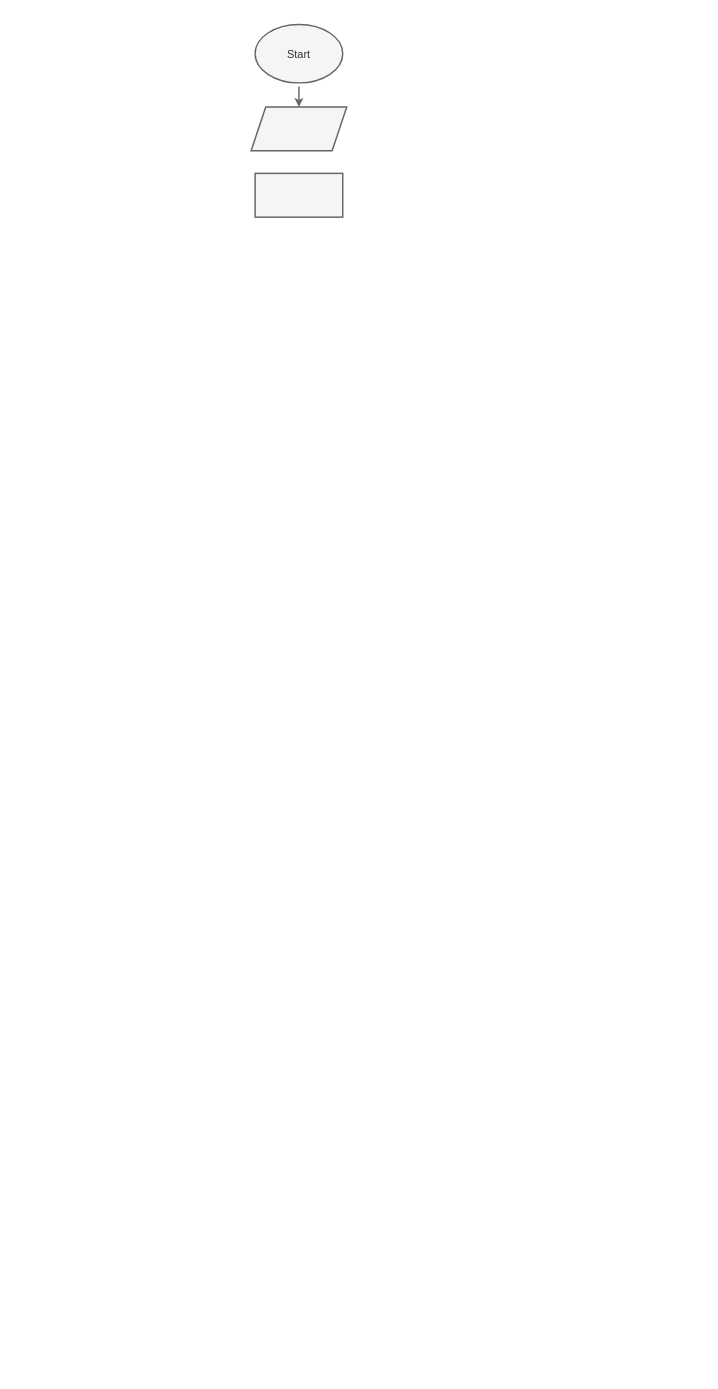
Earlier version of the draw.io diagram ДЗ№2.drawio (RuWebMan/My-diagram). Source tidied: cells renumbered, new cells numbered last; positions are measured from the earlier drawing's top-left corner, leaving out a move shared by most shapes. Both pictures are drawn from the tidied source at 73%, with x=0, y=0 at pixel (250, 24).
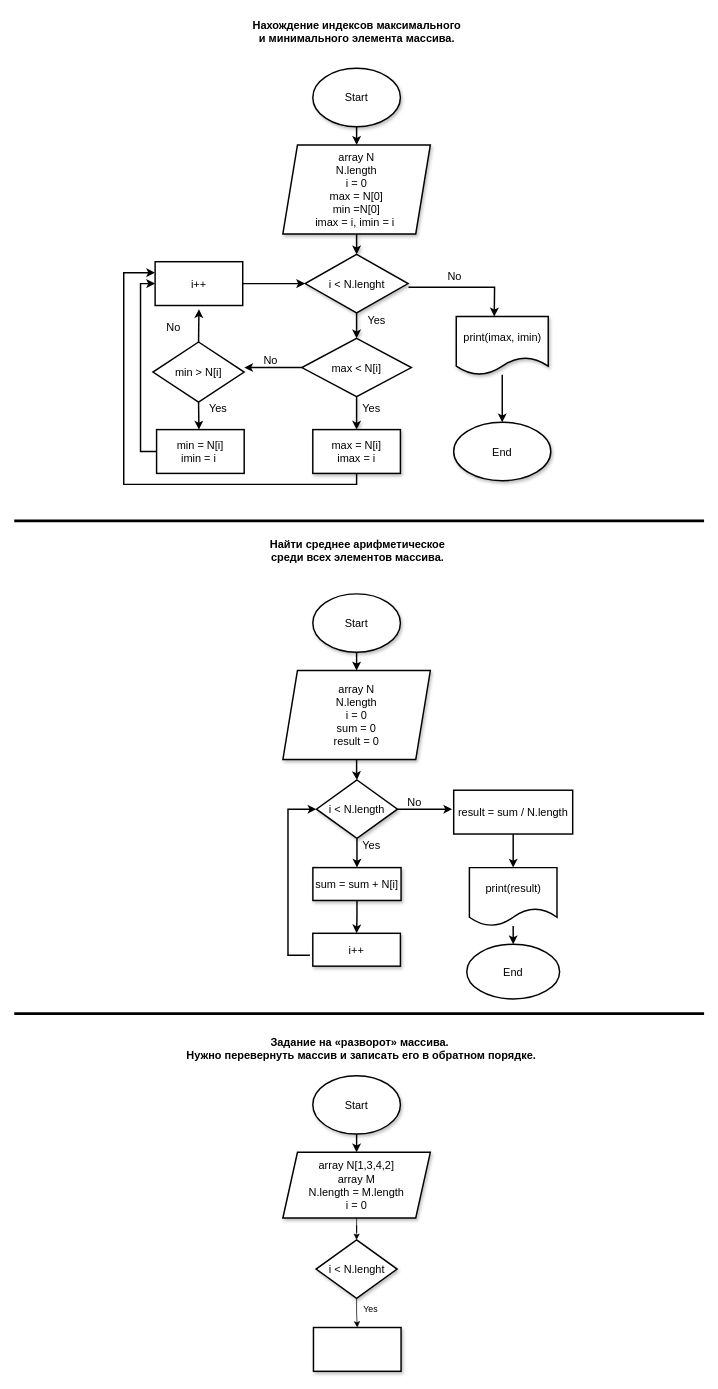
The same diagram, later.

What changed in the source:
```diff
@@
-    <mxCell id="2" value="&lt;font style=&quot;font-size: 15px;&quot;&gt;Start&lt;/font&gt;" style="ellipse;whiteSpace=wrap;html=1;fillColor=#f5f5f5;strokeColor=#666666;fontColor=#333333;strokeWidth=2;fontSize=15;" parent="1" vertex="1">
-      <mxGeometry x="6" width="120" height="80" as="geometry" />
+    <mxCell id="2" value="&lt;font style=&quot;font-size: 15px;&quot;&gt;Start&lt;/font&gt;" style="ellipse;whiteSpace=wrap;html=1;strokeWidth=2;fontSize=15;shadow=1;rounded=0;labelBackgroundColor=none;" parent="1" vertex="1">
+      <mxGeometry x="85" y="60" width="120" height="80" as="geometry" />
     </mxCell>
+    <mxCell id="6" style="edgeStyle=orthogonalEdgeStyle;rounded=0;jettySize=auto;html=1;fontSize=15;strokeWidth=2;shadow=1;labelBackgroundColor=none;fontColor=default;" parent="1" edge="1" source="14" target="5">
+      <mxGeometry relative="1" as="geometry" />
+    </mxCell>
-    <mxCell id="3" style="shape=parallelogram;perimeter=parallelogramPerimeter;whiteSpace=wrap;html=1;fixedSize=1;fillColor=#f5f5f5;strokeColor=#666666;fontColor=#333333;strokeWidth=2;fontSize=15;" parent="1" vertex="1">
-      <mxGeometry x="0.5" y="113" width="131" height="60" as="geometry" />
+    <mxCell id="3" value="array N&lt;br style=&quot;font-size: 15px;&quot;&gt;N.length&lt;br style=&quot;font-size: 15px;&quot;&gt;i = 0&lt;br style=&quot;font-size: 15px;&quot;&gt;max = N[0]&lt;br style=&quot;font-size: 15px;&quot;&gt;min =N[0]&lt;br&gt;imax = i, imin = i&amp;nbsp;" style="shape=parallelogram;perimeter=parallelogramPerimeter;whiteSpace=wrap;html=1;fixedSize=1;strokeWidth=2;fontSize=15;shadow=1;rounded=0;labelBackgroundColor=none;" parent="1" vertex="1">
+      <mxGeometry x="44" y="165" width="202" height="122" as="geometry" />
     </mxCell>
-    <mxCell id="4" style="endArrow=classic;html=1;rounded=0;entryX=0.5;entryY=0;entryDx=0;entryDy=0;fillColor=#f5f5f5;strokeColor=#666666;strokeWidth=2;fontSize=15;" parent="1" edge="1" target="3">
-      <mxGeometry relative="1" as="geometry">
-        <mxPoint x="66" y="85" as="sourcePoint" />
-      </mxGeometry>
-    </mxCell>
+    <mxCell id="7" style="edgeStyle=orthogonalEdgeStyle;rounded=0;jettySize=auto;html=1;entryX=0;entryY=0.25;entryDx=0;entryDy=0;strokeWidth=2;fontSize=15;" parent="1" edge="1" source="5" target="30">
+      <mxGeometry relative="1" as="geometry">
+        <Array as="points">
+          <mxPoint x="145" y="630" />
+          <mxPoint x="-174" y="630" />
+          <mxPoint x="-174" y="340" />
+        </Array>
+      </mxGeometry>
+    </mxCell>
-    <mxCell id="5" style="rounded=0;whiteSpace=wrap;html=1;fillColor=#f5f5f5;fontColor=#333333;strokeColor=#666666;strokeWidth=2;fontSize=15;" parent="1" vertex="1">
-      <mxGeometry x="6" y="204" width="120" height="60" as="geometry" />
+    <mxCell id="5" value="max = N[i]&lt;br&gt;imax = i" style="rounded=0;whiteSpace=wrap;html=1;strokeWidth=2;fontSize=15;shadow=1;labelBackgroundColor=none;" parent="1" vertex="1">
+      <mxGeometry x="85" y="555" width="120" height="60" as="geometry" />
     </mxCell>
+    <mxCell id="8" value="Нахождение индексов максимального&lt;br style=&quot;font-size: 15px;&quot;&gt;&amp;nbsp;и минимального элемента массива.&amp;nbsp;" style="text;html=1;align=center;verticalAlign=middle;strokeColor=none;fillColor=none;fontStyle=1;fontSize=15;rounded=0;labelBackgroundColor=none;" parent="1" vertex="1">
+      <mxGeometry x="-17.5" y="-16" width="325" height="52" as="geometry" />
+    </mxCell>
+    <mxCell id="9" style="edgeStyle=orthogonalEdgeStyle;rounded=0;jettySize=auto;html=1;fontSize=15;strokeWidth=2;shadow=1;labelBackgroundColor=none;fontColor=default;" parent="1" edge="1" source="3" target="10">
+      <mxGeometry relative="1" as="geometry" />
+    </mxCell>
+    <mxCell id="10" value="i &amp;lt; N.lenght" style="rhombus;whiteSpace=wrap;html=1;strokeWidth=2;fontSize=15;shadow=1;rounded=0;labelBackgroundColor=none;" parent="1" vertex="1">
+      <mxGeometry x="74.5" y="315" width="141" height="80" as="geometry" />
+    </mxCell>
+    <mxCell id="11" value="No" style="text;html=1;align=center;verticalAlign=middle;fontSize=15;strokeWidth=2;rounded=0;labelBackgroundColor=none;" parent="1" vertex="1">
+      <mxGeometry x="256" y="330" width="45" height="30" as="geometry" />
+    </mxCell>
+    <mxCell id="12" style="edgeStyle=orthogonalEdgeStyle;rounded=0;jettySize=auto;html=1;fontSize=15;strokeWidth=2;shadow=1;labelBackgroundColor=none;fontColor=default;" parent="1" edge="1" source="10" target="14">
+      <mxGeometry relative="1" as="geometry" />
+    </mxCell>
+    <mxCell id="13" style="edgeStyle=orthogonalEdgeStyle;rounded=0;jettySize=auto;html=1;exitX=0;exitY=0.5;exitDx=0;exitDy=0;fontSize=15;strokeWidth=2;labelBackgroundColor=none;fontColor=default;" parent="1" edge="1" source="14">
+      <mxGeometry relative="1" as="geometry">
+        <mxPoint x="-9" y="470" as="targetPoint" />
+      </mxGeometry>
+    </mxCell>
+    <mxCell id="14" value="max &amp;lt; N[i]" style="rhombus;whiteSpace=wrap;html=1;strokeWidth=2;fontSize=15;rounded=0;labelBackgroundColor=none;" parent="1" vertex="1">
+      <mxGeometry x="70" y="430" width="150" height="80" as="geometry" />
+    </mxCell>
+    <mxCell id="15" value="Yes" style="text;html=1;align=center;verticalAlign=middle;fontSize=15;strokeWidth=2;rounded=0;labelBackgroundColor=none;" parent="1" vertex="1">
+      <mxGeometry x="134.5" y="510" width="60" height="30" as="geometry" />
+    </mxCell>
+    <mxCell id="16" value="No" style="text;html=1;align=center;verticalAlign=middle;fontSize=15;strokeWidth=2;rounded=0;labelBackgroundColor=none;" parent="1" vertex="1">
+      <mxGeometry x="4" y="445" width="45" height="30" as="geometry" />
+    </mxCell>
+    <mxCell id="17" style="edgeStyle=orthogonalEdgeStyle;rounded=0;jettySize=auto;html=1;entryX=0;entryY=0.5;entryDx=0;entryDy=0;strokeWidth=2;fontSize=15;" parent="1" edge="1" source="18" target="30">
+      <mxGeometry relative="1" as="geometry">
+        <Array as="points">
+          <mxPoint x="-151" y="585" />
+          <mxPoint x="-151" y="355" />
+        </Array>
+      </mxGeometry>
+    </mxCell>
+    <mxCell id="18" value="min = N[i]&lt;br&gt;imin = i&amp;nbsp;" style="whiteSpace=wrap;html=1;fontSize=15;strokeWidth=2;rounded=0;labelBackgroundColor=none;" parent="1" vertex="1">
+      <mxGeometry x="-129" y="555" width="120" height="60" as="geometry" />
+    </mxCell>
+    <mxCell id="19" style="edgeStyle=orthogonalEdgeStyle;rounded=0;jettySize=auto;html=1;exitX=0.5;exitY=1;exitDx=0;exitDy=0;fontSize=15;strokeWidth=2;labelBackgroundColor=none;fontColor=default;" parent="1" edge="1" source="20">
+      <mxGeometry relative="1" as="geometry">
+        <mxPoint x="-71" y="555" as="targetPoint" />
+      </mxGeometry>
+    </mxCell>
+    <mxCell id="20" value="min &amp;gt; N[i]" style="rhombus;whiteSpace=wrap;html=1;strokeWidth=2;fontSize=15;rounded=0;labelBackgroundColor=none;" parent="1" vertex="1">
+      <mxGeometry x="-134" y="435" width="125" height="82.5" as="geometry" />
+    </mxCell>
+    <mxCell id="21" value="Yes" style="text;html=1;align=center;verticalAlign=middle;fontSize=15;strokeWidth=2;rounded=0;labelBackgroundColor=none;" parent="1" vertex="1">
+      <mxGeometry x="-75" y="510" width="60" height="30" as="geometry" />
+    </mxCell>
+    <mxCell id="22" style="edgeStyle=orthogonalEdgeStyle;rounded=0;jettySize=auto;html=1;strokeWidth=2;fontSize=15;" parent="1" edge="1" source="23" target="24">
+      <mxGeometry relative="1" as="geometry" />
+    </mxCell>
+    <mxCell id="23" value="print(imax, imin)" style="shape=document;whiteSpace=wrap;html=1;boundedLbl=1;fontSize=15;rounded=0;strokeWidth=2;shadow=1;labelBackgroundColor=none;" parent="1" vertex="1">
+      <mxGeometry x="281.5" y="400" width="126" height="80" as="geometry" />
+    </mxCell>
+    <mxCell id="24" value="End" style="ellipse;whiteSpace=wrap;html=1;fontSize=15;rounded=0;strokeWidth=2;shadow=1;labelBackgroundColor=none;" parent="1" vertex="1">
+      <mxGeometry x="278" y="545" width="133" height="80" as="geometry" />
+    </mxCell>
+    <mxCell id="25" style="edgeStyle=none;jettySize=auto;html=1;rounded=0;entryX=0.413;entryY=0;entryDx=0;entryDy=0;entryPerimeter=0;strokeWidth=2;fontSize=15;" parent="1" edge="1" target="23">
+      <mxGeometry relative="1" as="geometry">
+        <mxPoint x="216" y="360" as="sourcePoint" />
+        <Array as="points">
+          <mxPoint x="334" y="360" />
+        </Array>
+      </mxGeometry>
+    </mxCell>
+    <mxCell id="26" value="Yes" style="text;html=1;align=center;verticalAlign=middle;strokeColor=none;fillColor=none;strokeWidth=2;fontSize=15;" parent="1" vertex="1">
+      <mxGeometry x="141.5" y="390" width="60" height="30" as="geometry" />
+    </mxCell>
+    <mxCell id="27" value="No" style="text;html=1;align=center;verticalAlign=middle;strokeColor=none;fillColor=none;strokeWidth=2;fontSize=15;" parent="1" vertex="1">
+      <mxGeometry x="-129" y="400" width="45" height="30" as="geometry" />
+    </mxCell>
+    <mxCell id="28" style="endArrow=classic;html=1;rounded=0;exitX=0.5;exitY=0;exitDx=0;exitDy=0;strokeWidth=2;fontSize=15;" parent="1" edge="1" source="20">
+      <mxGeometry relative="1" as="geometry">
+        <mxPoint x="-71" y="390" as="targetPoint" />
+      </mxGeometry>
+    </mxCell>
+    <mxCell id="29" style="edgeStyle=orthogonalEdgeStyle;rounded=0;jettySize=auto;html=1;strokeWidth=2;fontSize=15;" parent="1" edge="1" source="30" target="10">
+      <mxGeometry relative="1" as="geometry" />
+    </mxCell>
+    <mxCell id="30" value="i++" style="rounded=0;whiteSpace=wrap;html=1;strokeWidth=2;fontSize=15;" parent="1" vertex="1">
+      <mxGeometry x="-131" y="325" width="120" height="60" as="geometry" />
+    </mxCell>
+    <mxCell id="31" style="endArrow=classic;html=1;rounded=0;exitX=0.5;exitY=1;exitDx=0;exitDy=0;entryX=0.5;entryY=0;entryDx=0;entryDy=0;fontSize=15;strokeWidth=2;" parent="1" edge="1" source="2" target="3">
+      <mxGeometry relative="1" as="geometry" />
+    </mxCell>
+    <mxCell id="32" value="Найти среднее арифметическое &lt;br&gt;среди всех элементов массива." style="text;html=1;align=center;verticalAlign=middle;strokeColor=none;fillColor=none;strokeWidth=2;fontSize=15;fontStyle=1;" parent="1" vertex="1">
+      <mxGeometry x="10.5" y="698" width="270" height="45" as="geometry" />
+    </mxCell>
+    <mxCell id="33" value="&lt;font style=&quot;font-size: 15px;&quot;&gt;Start&lt;/font&gt;" style="ellipse;whiteSpace=wrap;html=1;strokeWidth=2;fontSize=15;shadow=1;rounded=0;labelBackgroundColor=none;" parent="1" vertex="1">
+      <mxGeometry x="85" y="780" width="120" height="80" as="geometry" />
+    </mxCell>
+    <mxCell id="34" style="edgeStyle=orthogonalEdgeStyle;rounded=0;jettySize=auto;html=1;fontSize=15;strokeWidth=2;" parent="1" edge="1" source="35" target="39">
+      <mxGeometry relative="1" as="geometry" />
+    </mxCell>
+    <mxCell id="35" value="array N&lt;br style=&quot;font-size: 15px;&quot;&gt;N.length&lt;br style=&quot;font-size: 15px;&quot;&gt;i = 0&lt;br style=&quot;font-size: 15px;&quot;&gt;sum = 0&lt;br style=&quot;font-size: 15px;&quot;&gt;result = 0" style="shape=parallelogram;perimeter=parallelogramPerimeter;whiteSpace=wrap;html=1;fixedSize=1;strokeWidth=2;fontSize=15;shadow=1;rounded=0;labelBackgroundColor=none;" parent="1" vertex="1">
+      <mxGeometry x="44" y="885" width="202" height="122" as="geometry" />
+    </mxCell>
+    <mxCell id="36" style="endArrow=classic;html=1;rounded=0;exitX=0.5;exitY=1;exitDx=0;exitDy=0;entryX=0.5;entryY=0;entryDx=0;entryDy=0;fontSize=15;strokeWidth=2;" parent="1" edge="1" source="33" target="35">
+      <mxGeometry relative="1" as="geometry" />
+    </mxCell>
+    <mxCell id="37" style="line;strokeWidth=4;html=1;perimeter=backbonePerimeter;" parent="1" vertex="1">
+      <mxGeometry x="-324" y="675" width="945" height="10" as="geometry" />
+    </mxCell>
+    <mxCell id="38" style="edgeStyle=orthogonalEdgeStyle;rounded=0;jettySize=auto;html=1;fontSize=15;strokeWidth=2;" parent="1" edge="1" source="39" target="41">
+      <mxGeometry relative="1" as="geometry" />
+    </mxCell>
+    <mxCell id="39" value="i &amp;lt; N.length" style="rhombus;whiteSpace=wrap;html=1;fontSize=15;strokeWidth=2;shadow=1;rounded=0;labelBackgroundColor=none;" parent="1" vertex="1">
+      <mxGeometry x="90" y="1035" width="111" height="80" as="geometry" />
+    </mxCell>
+    <mxCell id="40" style="edgeStyle=orthogonalEdgeStyle;rounded=0;jettySize=auto;html=1;strokeWidth=2;" parent="1" edge="1" source="41" target="51">
+      <mxGeometry relative="1" as="geometry" />
+    </mxCell>
+    <mxCell id="41" value="sum = sum + N[i]" style="whiteSpace=wrap;html=1;fontSize=15;strokeWidth=2;shadow=1;rounded=0;labelBackgroundColor=none;" parent="1" vertex="1">
+      <mxGeometry x="85.1" y="1155" width="120.8" height="45" as="geometry" />
+    </mxCell>
+    <mxCell id="42" value="Yes" style="text;html=1;align=center;verticalAlign=middle;strokeColor=none;fillColor=none;fontSize=15;strokeWidth=2;" parent="1" vertex="1">
+      <mxGeometry x="134.5" y="1109" width="60" height="30" as="geometry" />
+    </mxCell>
+    <mxCell id="43" style="endArrow=classic;html=1;rounded=0;entryX=0;entryY=0.5;entryDx=0;entryDy=0;fontSize=15;strokeWidth=2;" parent="1" edge="1" target="39">
+      <mxGeometry relative="1" as="geometry">
+        <mxPoint x="81" y="1275" as="sourcePoint" />
+        <Array as="points">
+          <mxPoint x="51" y="1275" />
+          <mxPoint x="51" y="1185" />
+          <mxPoint x="51" y="1140" />
+          <mxPoint x="51" y="1075" />
+        </Array>
+      </mxGeometry>
+    </mxCell>
+    <mxCell id="44" style="endArrow=classic;html=1;rounded=0;exitX=1;exitY=0.5;exitDx=0;exitDy=0;fontSize=15;strokeWidth=2;" parent="1" edge="1" source="39">
+      <mxGeometry relative="1" as="geometry">
+        <mxPoint x="276" y="1075" as="targetPoint" />
+      </mxGeometry>
+    </mxCell>
+    <mxCell id="45" value="No" style="text;html=1;align=center;verticalAlign=middle;strokeColor=none;fillColor=none;fontSize=15;strokeWidth=2;" parent="1" vertex="1">
+      <mxGeometry x="201.5" y="1050" width="45" height="30" as="geometry" />
+    </mxCell>
+    <mxCell id="46" style="edgeStyle=orthogonalEdgeStyle;rounded=0;jettySize=auto;html=1;strokeWidth=2;" parent="1" edge="1" source="47" target="49">
+      <mxGeometry relative="1" as="geometry" />
+    </mxCell>
+    <mxCell id="47" value="result = sum / N.length" style="rounded=0;whiteSpace=wrap;html=1;fontSize=15;strokeWidth=2;" parent="1" vertex="1">
+      <mxGeometry x="278" y="1049" width="163" height="60" as="geometry" />
+    </mxCell>
+    <mxCell id="48" style="edgeStyle=orthogonalEdgeStyle;rounded=0;jettySize=auto;html=1;strokeWidth=2;" parent="1" edge="1" source="49" target="50">
+      <mxGeometry relative="1" as="geometry" />
+    </mxCell>
+    <mxCell id="49" value="print(result)" style="shape=document;whiteSpace=wrap;html=1;boundedLbl=1;fontSize=15;rounded=0;strokeWidth=2;" parent="1" vertex="1">
+      <mxGeometry x="299.5" y="1155" width="120" height="80" as="geometry" />
+    </mxCell>
+    <mxCell id="50" value="End" style="ellipse;whiteSpace=wrap;html=1;fontSize=15;rounded=0;strokeWidth=2;" parent="1" vertex="1">
+      <mxGeometry x="295.9" y="1260" width="127.2" height="75" as="geometry" />
+    </mxCell>
+    <mxCell id="51" value="i++" style="whiteSpace=wrap;html=1;fontSize=15;strokeWidth=2;shadow=1;rounded=0;labelBackgroundColor=none;" parent="1" vertex="1">
+      <mxGeometry x="85" y="1245" width="120" height="45" as="geometry" />
+    </mxCell>
+    <mxCell id="52" style="line;strokeWidth=4;html=1;" parent="1" vertex="1">
+      <mxGeometry x="-324" y="1350" width="945" height="10" as="geometry" />
+    </mxCell>
+    <mxCell id="53" value="&lt;font style=&quot;font-size: 15px;&quot;&gt;Задание на «разворот» массива.&lt;br style=&quot;font-size: 15px;&quot;&gt;&amp;nbsp;Нужно перевернуть массив и записать его в обратном порядке.&lt;/font&gt;" style="text;html=1;align=center;verticalAlign=middle;strokeColor=none;fillColor=none;fontStyle=1;fontSize=15;" parent="1" vertex="1">
+      <mxGeometry x="-106.5" y="1380" width="510" height="45" as="geometry" />
+    </mxCell>
+    <mxCell id="54" value="&lt;font style=&quot;font-size: 15px;&quot;&gt;Start&lt;/font&gt;" style="ellipse;whiteSpace=wrap;html=1;strokeWidth=2;fontSize=15;shadow=1;rounded=0;labelBackgroundColor=none;" parent="1" vertex="1">
+      <mxGeometry x="85" y="1440" width="120" height="80" as="geometry" />
+    </mxCell>
+    <mxCell id="55" style="edgeStyle=orthogonalEdgeStyle;rounded=0;jettySize=auto;html=1;" parent="1" edge="1" source="56" target="59">
+      <mxGeometry relative="1" as="geometry" />
+    </mxCell>
+    <mxCell id="56" value="array N[1,3,4,2]&lt;br&gt;array M&lt;br style=&quot;font-size: 15px;&quot;&gt;N.length = M.length&lt;br style=&quot;font-size: 15px;&quot;&gt;i = 0&lt;br style=&quot;font-size: 15px;&quot;&gt;" style="shape=parallelogram;perimeter=parallelogramPerimeter;whiteSpace=wrap;html=1;fixedSize=1;strokeWidth=2;fontSize=15;shadow=1;rounded=0;labelBackgroundColor=none;" parent="1" vertex="1">
+      <mxGeometry x="44" y="1545" width="202" height="90" as="geometry" />
+    </mxCell>
+    <mxCell id="57" style="endArrow=classic;html=1;rounded=0;exitX=0.5;exitY=1;exitDx=0;exitDy=0;entryX=0.5;entryY=0;entryDx=0;entryDy=0;fontSize=15;strokeWidth=2;" parent="1" edge="1" source="54" target="56">
+      <mxGeometry relative="1" as="geometry" />
+    </mxCell>
+    <mxCell id="58" style="edgeStyle=orthogonalEdgeStyle;rounded=0;jettySize=auto;html=1;" parent="1" edge="1" source="59" target="60">
+      <mxGeometry relative="1" as="geometry" />
+    </mxCell>
+    <mxCell id="59" value="i &amp;lt; N.lenght" style="rhombus;whiteSpace=wrap;html=1;fontSize=15;strokeWidth=2;shadow=1;rounded=0;labelBackgroundColor=none;" parent="1" vertex="1">
+      <mxGeometry x="89.5" y="1665" width="111" height="80" as="geometry" />
+    </mxCell>
+    <mxCell id="60" style="whiteSpace=wrap;html=1;fontSize=15;strokeWidth=2;shadow=1;rounded=0;labelBackgroundColor=none;" parent="1" vertex="1">
+      <mxGeometry x="85.9" y="1785" width="120" height="60" as="geometry" />
+    </mxCell>
+    <mxCell id="61" value="Yes" style="text;html=1;align=center;verticalAlign=middle;strokeColor=none;fillColor=none;" parent="1" vertex="1">
+      <mxGeometry x="141.5" y="1745" width="45" height="30" as="geometry" />
+    </mxCell>
```
